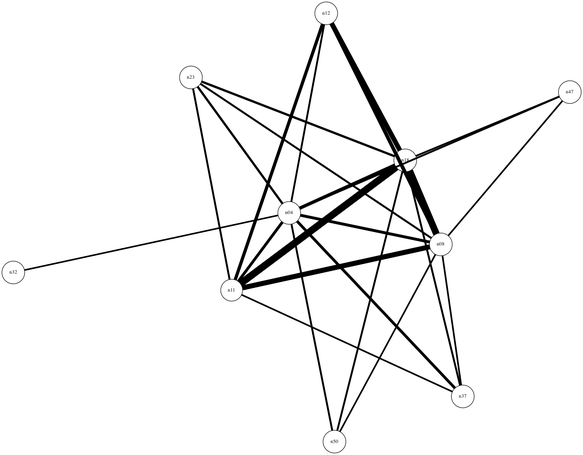
Earlier version of the Graphviz export program/sales/Graph.gv.png (eiskry/info_vis). Its source is kept beside it as program/sales/Graph.gv.
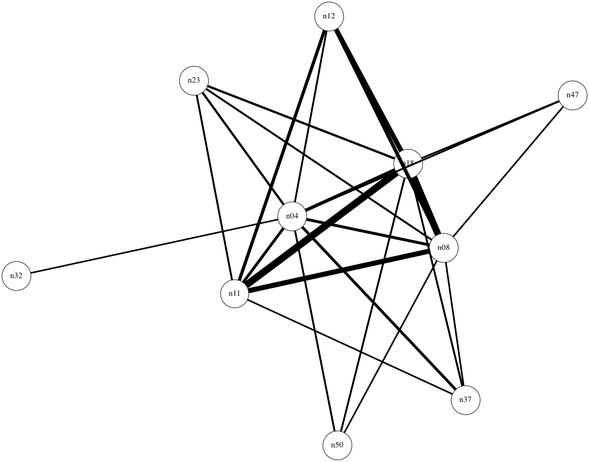
After the commit.

Change to the diagram source:
```diff
@@ -1,5 +1,5 @@
 graph {
-	node [coler=black fontsize=10 shape=circle width=0.02]
+	node [coler=black fontsize=16 shape=circle width=0.02]
 	n04 -- n08 [len=6 penwidth=5.75]
 	n04 -- n11 [len=6 penwidth=5.6]
 	n04 -- n12 [len=6 penwidth=3.66]
```
